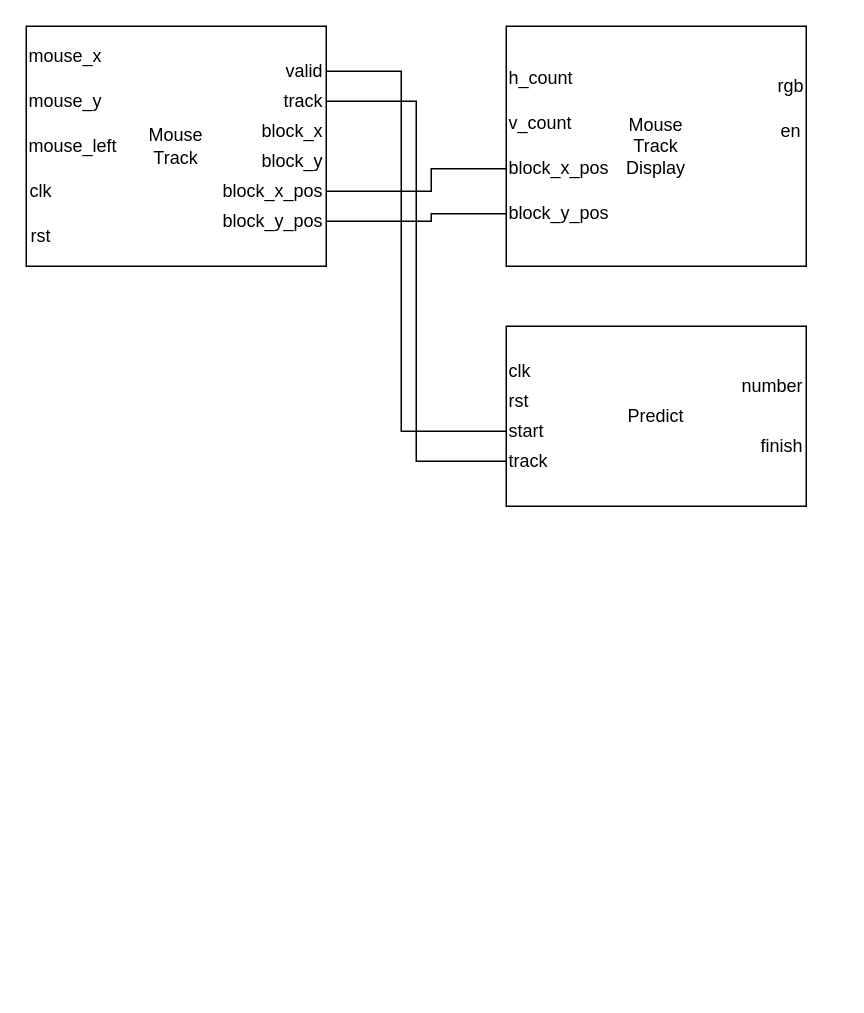
This is page "第2頁" (2 of 5) of graph.drawio from dasbd72/Verilog_Handwritten_Sudoku, a draw.io file, before an edit. Source tidied: cells renumbered, new cells numbered last; positions are measured from the earlier drawing's top-left corner, leaving out a move shared by most shapes. Both pictures are drawn from the tidied source at 150%, with x=0, y=0 at pixel (26, 26).
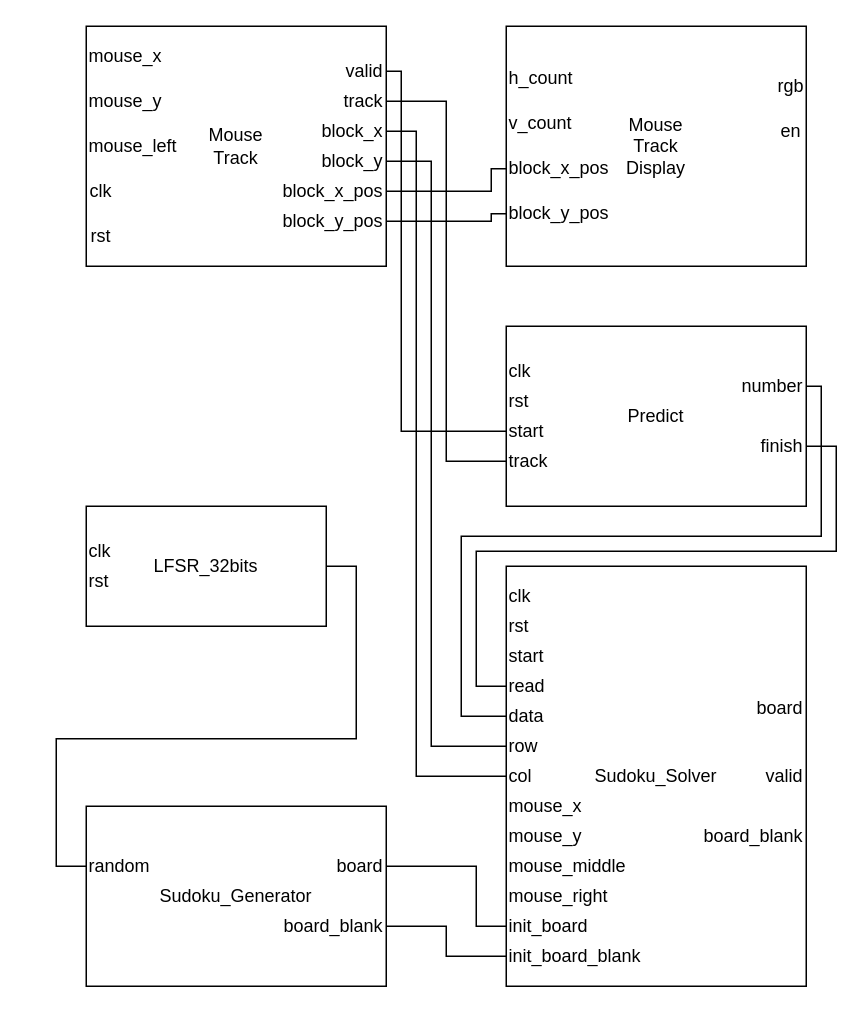
The same diagram, later.

Unchanged cells that the change refers to:
```xml
<mxCell id="21" value="block_x_pos" style="text;html=1;strokeColor=none;fillColor=none;align=left;verticalAlign=middle;whiteSpace=wrap;rounded=0;" parent="1" vertex="1">
  <mxGeometry x="320" y="85" width="20" height="20" as="geometry" />
</mxCell>
<mxCell id="22" value="block_y_pos" style="text;html=1;strokeColor=none;fillColor=none;align=left;verticalAlign=middle;whiteSpace=wrap;rounded=0;" parent="1" vertex="1">
  <mxGeometry x="320" y="115" width="20" height="20" as="geometry" />
</mxCell>
<mxCell id="30" value="number" style="text;html=1;strokeColor=none;fillColor=none;align=right;verticalAlign=middle;whiteSpace=wrap;rounded=0;" parent="1" vertex="1">
  <mxGeometry x="500" y="230" width="20" height="20" as="geometry" />
</mxCell>
<mxCell id="31" value="finish" style="text;html=1;strokeColor=none;fillColor=none;align=right;verticalAlign=middle;whiteSpace=wrap;rounded=0;" parent="1" vertex="1">
  <mxGeometry x="500" y="270" width="20" height="20" as="geometry" />
</mxCell>
```

The edit, as a diff of the source:
```diff
@@
-    <mxCell id="2" value="Mouse&lt;br&gt;Track" style="rounded=0;whiteSpace=wrap;html=1;" parent="1" vertex="1">
-      <mxGeometry width="200" height="160" as="geometry" />
-    </mxCell>
-    <mxCell id="3" value="mouse_x" style="text;html=1;strokeColor=none;fillColor=none;align=left;verticalAlign=middle;whiteSpace=wrap;rounded=0;" parent="1" vertex="1">
-      <mxGeometry y="10" width="20" height="20" as="geometry" />
-    </mxCell>
-    <mxCell id="4" value="mouse_y" style="text;html=1;strokeColor=none;fillColor=none;align=left;verticalAlign=middle;whiteSpace=wrap;rounded=0;" parent="1" vertex="1">
-      <mxGeometry y="40" width="20" height="20" as="geometry" />
-    </mxCell>
-    <mxCell id="5" value="mouse_left" style="text;html=1;strokeColor=none;fillColor=none;align=left;verticalAlign=middle;whiteSpace=wrap;rounded=0;" parent="1" vertex="1">
-      <mxGeometry y="70" width="20" height="20" as="geometry" />
-    </mxCell>
@@
-    <mxCell id="7" value="valid" style="text;html=1;strokeColor=none;fillColor=none;align=right;verticalAlign=middle;whiteSpace=wrap;rounded=0;" parent="1" vertex="1">
-      <mxGeometry x="180" y="20" width="20" height="20" as="geometry" />
-    </mxCell>
@@
-    <mxCell id="9" value="track" style="text;html=1;strokeColor=none;fillColor=none;align=right;verticalAlign=middle;whiteSpace=wrap;rounded=0;" parent="1" vertex="1">
-      <mxGeometry x="180" y="40" width="20" height="20" as="geometry" />
-    </mxCell>
-    <mxCell id="10" value="block_x" style="text;html=1;strokeColor=none;fillColor=none;align=right;verticalAlign=middle;whiteSpace=wrap;rounded=0;" parent="1" vertex="1">
-      <mxGeometry x="180" y="60" width="20" height="20" as="geometry" />
-    </mxCell>
-    <mxCell id="11" value="block_y" style="text;html=1;strokeColor=none;fillColor=none;align=right;verticalAlign=middle;whiteSpace=wrap;rounded=0;" parent="1" vertex="1">
-      <mxGeometry x="180" y="80" width="20" height="20" as="geometry" />
-    </mxCell>
     <mxCell id="12" style="edgeStyle=orthogonalEdgeStyle;rounded=0;jettySize=auto;html=1;exitX=1;exitY=0.5;exitDx=0;exitDy=0;entryX=0;entryY=0.5;entryDx=0;entryDy=0;endArrow=none;endFill=0;" parent="1" edge="1" source="13" target="21">
       <mxGeometry relative="1" as="geometry">
         <Array as="points">
-          <mxPoint x="270" y="110" />
-          <mxPoint x="270" y="95" />
+          <mxPoint x="310" y="110" />
+          <mxPoint x="310" y="95" />
         </Array>
       </mxGeometry>
     </mxCell>
-    <mxCell id="13" value="block_x_pos" style="text;html=1;strokeColor=none;fillColor=none;align=right;verticalAlign=middle;whiteSpace=wrap;rounded=0;" parent="1" vertex="1">
-      <mxGeometry x="180" y="100" width="20" height="20" as="geometry" />
-    </mxCell>
     <mxCell id="14" style="edgeStyle=orthogonalEdgeStyle;rounded=0;jettySize=auto;html=1;exitX=1;exitY=0.5;exitDx=0;exitDy=0;entryX=0;entryY=0.5;entryDx=0;entryDy=0;endArrow=none;endFill=0;" parent="1" edge="1" source="15" target="22">
       <mxGeometry relative="1" as="geometry">
         <Array as="points">
-          <mxPoint x="270" y="130" />
-          <mxPoint x="270" y="125" />
+          <mxPoint x="310" y="130" />
+          <mxPoint x="310" y="125" />
         </Array>
       </mxGeometry>
     </mxCell>
-    <mxCell id="15" value="block_y_pos" style="text;html=1;strokeColor=none;fillColor=none;align=right;verticalAlign=middle;whiteSpace=wrap;rounded=0;" parent="1" vertex="1">
-      <mxGeometry x="180" y="120" width="20" height="20" as="geometry" />
-    </mxCell>
-    <mxCell id="16" value="clk" style="text;html=1;strokeColor=none;fillColor=none;align=center;verticalAlign=middle;whiteSpace=wrap;rounded=0;" parent="1" vertex="1">
-      <mxGeometry y="100" width="20" height="20" as="geometry" />
-    </mxCell>
-    <mxCell id="17" value="rst" style="text;html=1;strokeColor=none;fillColor=none;align=center;verticalAlign=middle;whiteSpace=wrap;rounded=0;" parent="1" vertex="1">
-      <mxGeometry y="130" width="20" height="20" as="geometry" />
-    </mxCell>
@@
+    <mxCell id="32" style="edgeStyle=orthogonalEdgeStyle;rounded=0;jettySize=auto;html=1;exitX=1;exitY=0.5;exitDx=0;exitDy=0;entryX=0;entryY=0.5;entryDx=0;entryDy=0;endArrow=none;endFill=0;" parent="1" edge="1" source="30" target="40">
+      <mxGeometry relative="1" as="geometry">
+        <Array as="points">
+          <mxPoint x="530" y="240" />
+          <mxPoint x="530" y="340" />
+          <mxPoint x="290" y="340" />
+          <mxPoint x="290" y="460" />
+        </Array>
+      </mxGeometry>
+    </mxCell>
@@
+    <mxCell id="33" style="edgeStyle=orthogonalEdgeStyle;rounded=0;jettySize=auto;html=1;exitX=1;exitY=0.5;exitDx=0;exitDy=0;entryX=0;entryY=0.5;entryDx=0;entryDy=0;endArrow=none;endFill=0;" parent="1" edge="1" source="31" target="39">
+      <mxGeometry relative="1" as="geometry">
+        <Array as="points">
+          <mxPoint x="540" y="280" />
+          <mxPoint x="540" y="350" />
+          <mxPoint x="300" y="350" />
+          <mxPoint x="300" y="440" />
+        </Array>
+      </mxGeometry>
+    </mxCell>
@@
+    <mxCell id="34" value="Sudoku_Solver" style="rounded=0;whiteSpace=wrap;html=1;align=center;" parent="1" vertex="1">
+      <mxGeometry x="320" y="360" width="200" height="280" as="geometry" />
+    </mxCell>
+    <mxCell id="35" style="group;" parent="1" vertex="1">
+      <mxGeometry x="40" width="200" height="160" as="geometry" />
+    </mxCell>
+    <mxCell id="2" value="Mouse&lt;br&gt;Track" style="rounded=0;whiteSpace=wrap;html=1;" parent="35" vertex="1">
+      <mxGeometry width="200" height="160" as="geometry" />
+    </mxCell>
+    <mxCell id="3" value="mouse_x" style="text;html=1;strokeColor=none;fillColor=none;align=left;verticalAlign=middle;whiteSpace=wrap;rounded=0;" parent="35" vertex="1">
+      <mxGeometry y="10" width="20" height="20" as="geometry" />
+    </mxCell>
+    <mxCell id="4" value="mouse_y" style="text;html=1;strokeColor=none;fillColor=none;align=left;verticalAlign=middle;whiteSpace=wrap;rounded=0;" parent="35" vertex="1">
+      <mxGeometry y="40" width="20" height="20" as="geometry" />
+    </mxCell>
+    <mxCell id="5" value="mouse_left" style="text;html=1;strokeColor=none;fillColor=none;align=left;verticalAlign=middle;whiteSpace=wrap;rounded=0;" parent="35" vertex="1">
+      <mxGeometry y="70" width="20" height="20" as="geometry" />
+    </mxCell>
+    <mxCell id="7" value="valid" style="text;html=1;strokeColor=none;fillColor=none;align=right;verticalAlign=middle;whiteSpace=wrap;rounded=0;" parent="35" vertex="1">
+      <mxGeometry x="180" y="20" width="20" height="20" as="geometry" />
+    </mxCell>
+    <mxCell id="9" value="track" style="text;html=1;strokeColor=none;fillColor=none;align=right;verticalAlign=middle;whiteSpace=wrap;rounded=0;" parent="35" vertex="1">
+      <mxGeometry x="180" y="40" width="20" height="20" as="geometry" />
+    </mxCell>
+    <mxCell id="10" value="block_x" style="text;html=1;strokeColor=none;fillColor=none;align=right;verticalAlign=middle;whiteSpace=wrap;rounded=0;" parent="35" vertex="1">
+      <mxGeometry x="180" y="60" width="20" height="20" as="geometry" />
+    </mxCell>
+    <mxCell id="11" value="block_y" style="text;html=1;strokeColor=none;fillColor=none;align=right;verticalAlign=middle;whiteSpace=wrap;rounded=0;" parent="35" vertex="1">
+      <mxGeometry x="180" y="80" width="20" height="20" as="geometry" />
+    </mxCell>
+    <mxCell id="13" value="block_x_pos" style="text;html=1;strokeColor=none;fillColor=none;align=right;verticalAlign=middle;whiteSpace=wrap;rounded=0;" parent="35" vertex="1">
+      <mxGeometry x="180" y="100" width="20" height="20" as="geometry" />
+    </mxCell>
+    <mxCell id="15" value="block_y_pos" style="text;html=1;strokeColor=none;fillColor=none;align=right;verticalAlign=middle;whiteSpace=wrap;rounded=0;" parent="35" vertex="1">
+      <mxGeometry x="180" y="120" width="20" height="20" as="geometry" />
+    </mxCell>
+    <mxCell id="16" value="clk" style="text;html=1;strokeColor=none;fillColor=none;align=center;verticalAlign=middle;whiteSpace=wrap;rounded=0;" parent="35" vertex="1">
+      <mxGeometry y="100" width="20" height="20" as="geometry" />
+    </mxCell>
+    <mxCell id="17" value="rst" style="text;html=1;strokeColor=none;fillColor=none;align=center;verticalAlign=middle;whiteSpace=wrap;rounded=0;" parent="35" vertex="1">
+      <mxGeometry y="130" width="20" height="20" as="geometry" />
+    </mxCell>
+    <mxCell id="36" value="clk" style="text;html=1;strokeColor=none;fillColor=none;align=left;verticalAlign=middle;whiteSpace=wrap;rounded=0;" parent="1" vertex="1">
+      <mxGeometry x="320" y="370" width="20" height="20" as="geometry" />
+    </mxCell>
+    <mxCell id="37" value="rst" style="text;html=1;strokeColor=none;fillColor=none;align=left;verticalAlign=middle;whiteSpace=wrap;rounded=0;" parent="1" vertex="1">
+      <mxGeometry x="320" y="390" width="20" height="20" as="geometry" />
+    </mxCell>
+    <mxCell id="38" value="start" style="text;html=1;strokeColor=none;fillColor=none;align=left;verticalAlign=middle;whiteSpace=wrap;rounded=0;" parent="1" vertex="1">
+      <mxGeometry x="320" y="410" width="20" height="20" as="geometry" />
+    </mxCell>
+    <mxCell id="39" value="read" style="text;html=1;strokeColor=none;fillColor=none;align=left;verticalAlign=middle;whiteSpace=wrap;rounded=0;" parent="1" vertex="1">
+      <mxGeometry x="320" y="430" width="20" height="20" as="geometry" />
+    </mxCell>
+    <mxCell id="40" value="data" style="text;html=1;strokeColor=none;fillColor=none;align=left;verticalAlign=middle;whiteSpace=wrap;rounded=0;" parent="1" vertex="1">
+      <mxGeometry x="320" y="450" width="20" height="20" as="geometry" />
+    </mxCell>
+    <mxCell id="41" value="row" style="text;html=1;strokeColor=none;fillColor=none;align=left;verticalAlign=middle;whiteSpace=wrap;rounded=0;" parent="1" vertex="1">
+      <mxGeometry x="320" y="470" width="20" height="20" as="geometry" />
+    </mxCell>
+    <mxCell id="42" value="col" style="text;html=1;strokeColor=none;fillColor=none;align=left;verticalAlign=middle;whiteSpace=wrap;rounded=0;" parent="1" vertex="1">
+      <mxGeometry x="320" y="490" width="20" height="20" as="geometry" />
+    </mxCell>
+    <mxCell id="43" value="mouse_x" style="text;html=1;strokeColor=none;fillColor=none;align=left;verticalAlign=middle;whiteSpace=wrap;rounded=0;" parent="1" vertex="1">
+      <mxGeometry x="320" y="510" width="20" height="20" as="geometry" />
+    </mxCell>
+    <mxCell id="44" value="mouse_y" style="text;html=1;strokeColor=none;fillColor=none;align=left;verticalAlign=middle;whiteSpace=wrap;rounded=0;" parent="1" vertex="1">
+      <mxGeometry x="320" y="530" width="20" height="20" as="geometry" />
+    </mxCell>
+    <mxCell id="45" value="mouse_middle" style="text;html=1;strokeColor=none;fillColor=none;align=left;verticalAlign=middle;whiteSpace=wrap;rounded=0;" parent="1" vertex="1">
+      <mxGeometry x="320" y="550" width="20" height="20" as="geometry" />
+    </mxCell>
+    <mxCell id="46" value="mouse_right" style="text;html=1;strokeColor=none;fillColor=none;align=left;verticalAlign=middle;whiteSpace=wrap;rounded=0;" parent="1" vertex="1">
+      <mxGeometry x="320" y="570" width="20" height="20" as="geometry" />
+    </mxCell>
+    <mxCell id="47" value="init_board" style="text;html=1;strokeColor=none;fillColor=none;align=left;verticalAlign=middle;whiteSpace=wrap;rounded=0;" parent="1" vertex="1">
+      <mxGeometry x="320" y="590" width="20" height="20" as="geometry" />
+    </mxCell>
+    <mxCell id="48" value="init_board_blank" style="text;html=1;strokeColor=none;fillColor=none;align=left;verticalAlign=middle;whiteSpace=wrap;rounded=0;" parent="1" vertex="1">
+      <mxGeometry x="320" y="610" width="20" height="20" as="geometry" />
+    </mxCell>
+    <mxCell id="49" value="board" style="text;html=1;strokeColor=none;fillColor=none;align=right;verticalAlign=middle;whiteSpace=wrap;rounded=0;" parent="1" vertex="1">
+      <mxGeometry x="500" y="445" width="20" height="20" as="geometry" />
+    </mxCell>
+    <mxCell id="50" value="board_blank" style="text;html=1;strokeColor=none;fillColor=none;align=right;verticalAlign=middle;whiteSpace=wrap;rounded=0;" parent="1" vertex="1">
+      <mxGeometry x="500" y="530" width="20" height="20" as="geometry" />
+    </mxCell>
+    <mxCell id="51" value="valid" style="text;html=1;strokeColor=none;fillColor=none;align=right;verticalAlign=middle;whiteSpace=wrap;rounded=0;" parent="1" vertex="1">
+      <mxGeometry x="500" y="490" width="20" height="20" as="geometry" />
+    </mxCell>
+    <mxCell id="52" style="edgeStyle=orthogonalEdgeStyle;rounded=0;jettySize=auto;html=1;exitX=1;exitY=0.5;exitDx=0;exitDy=0;entryX=0;entryY=0.5;entryDx=0;entryDy=0;endArrow=none;endFill=0;" parent="1" edge="1" source="10" target="42">
+      <mxGeometry relative="1" as="geometry">
+        <Array as="points">
+          <mxPoint x="260" y="70" />
+          <mxPoint x="260" y="500" />
+        </Array>
+      </mxGeometry>
+    </mxCell>
+    <mxCell id="53" style="edgeStyle=orthogonalEdgeStyle;rounded=0;jettySize=auto;html=1;exitX=1;exitY=0.5;exitDx=0;exitDy=0;entryX=0;entryY=0.5;entryDx=0;entryDy=0;endArrow=none;endFill=0;" parent="1" edge="1" source="11" target="41">
+      <mxGeometry relative="1" as="geometry">
+        <Array as="points">
+          <mxPoint x="270" y="90" />
+          <mxPoint x="270" y="480" />
+        </Array>
+      </mxGeometry>
+    </mxCell>
+    <mxCell id="54" value="Sudoku_Generator" style="rounded=0;whiteSpace=wrap;html=1;align=center;" parent="1" vertex="1">
+      <mxGeometry x="40" y="520" width="200" height="120" as="geometry" />
+    </mxCell>
+    <mxCell id="55" value="random" style="text;html=1;strokeColor=none;fillColor=none;align=left;verticalAlign=middle;whiteSpace=wrap;rounded=0;" parent="1" vertex="1">
+      <mxGeometry x="40" y="550" width="20" height="20" as="geometry" />
+    </mxCell>
+    <mxCell id="56" style="edgeStyle=orthogonalEdgeStyle;rounded=0;jettySize=auto;html=1;exitX=1;exitY=0.5;exitDx=0;exitDy=0;entryX=0;entryY=0.5;entryDx=0;entryDy=0;endArrow=none;endFill=0;" parent="1" edge="1" source="57" target="47">
+      <mxGeometry relative="1" as="geometry">
+        <Array as="points">
+          <mxPoint x="300" y="560" />
+          <mxPoint x="300" y="600" />
+        </Array>
+      </mxGeometry>
+    </mxCell>
+    <mxCell id="57" value="board" style="text;html=1;strokeColor=none;fillColor=none;align=right;verticalAlign=middle;whiteSpace=wrap;rounded=0;" parent="1" vertex="1">
+      <mxGeometry x="220" y="550" width="20" height="20" as="geometry" />
+    </mxCell>
+    <mxCell id="58" style="edgeStyle=orthogonalEdgeStyle;rounded=0;jettySize=auto;html=1;exitX=1;exitY=0.5;exitDx=0;exitDy=0;entryX=0;entryY=0.5;entryDx=0;entryDy=0;endArrow=none;endFill=0;" parent="1" edge="1" source="59" target="48">
+      <mxGeometry relative="1" as="geometry" />
+    </mxCell>
+    <mxCell id="59" value="board_blank" style="text;html=1;strokeColor=none;fillColor=none;align=right;verticalAlign=middle;whiteSpace=wrap;rounded=0;" parent="1" vertex="1">
+      <mxGeometry x="220" y="590" width="20" height="20" as="geometry" />
+    </mxCell>
+    <mxCell id="60" style="edgeStyle=orthogonalEdgeStyle;rounded=0;jettySize=auto;html=1;exitX=1;exitY=0.5;exitDx=0;exitDy=0;entryX=0;entryY=0.5;entryDx=0;entryDy=0;endArrow=none;endFill=0;" parent="1" edge="1" source="61" target="55">
+      <mxGeometry relative="1" as="geometry" />
+    </mxCell>
+    <mxCell id="61" value="LFSR_32bits" style="rounded=0;whiteSpace=wrap;html=1;align=center;" parent="1" vertex="1">
+      <mxGeometry x="40" y="320" width="160" height="80" as="geometry" />
+    </mxCell>
+    <mxCell id="62" value="clk" style="text;html=1;strokeColor=none;fillColor=none;align=left;verticalAlign=middle;whiteSpace=wrap;rounded=0;" parent="1" vertex="1">
+      <mxGeometry x="40" y="340" width="20" height="20" as="geometry" />
+    </mxCell>
+    <mxCell id="63" value="rst" style="text;html=1;strokeColor=none;fillColor=none;align=left;verticalAlign=middle;whiteSpace=wrap;rounded=0;" parent="1" vertex="1">
+      <mxGeometry x="40" y="360" width="20" height="20" as="geometry" />
+    </mxCell>
```
